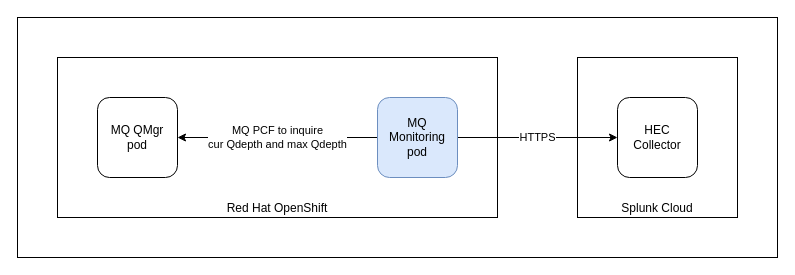
Before: images/mqmonitor.drawio in khongks/mqmonitor, a draw.io diagram. Source tidied: cells renumbered, new cells numbered last; positions are measured from the earlier drawing's top-left corner, leaving out a move shared by most shapes. Both pictures are drawn from the tidied source at 100%, with x=0, y=0 at pixel (17, 17).
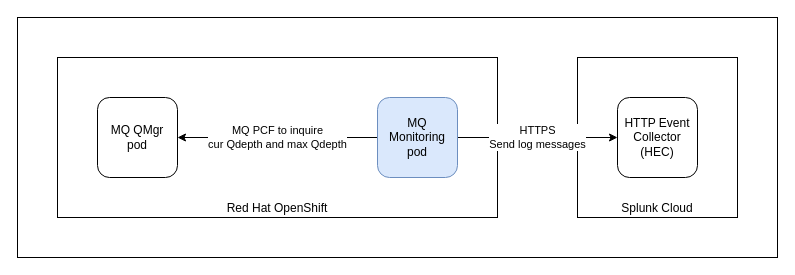
The same diagram, later.

Diff of the diagram source:
```diff
@@
 <mxGraphModel>
   <root>
     <mxCell id="0" />
     <mxCell id="1" parent="0" />
     <mxCell id="2" style="rounded=0;whiteSpace=wrap;html=1;" parent="1" vertex="1">
       <mxGeometry width="760" height="240" as="geometry" />
     </mxCell>
     <mxCell id="3" value="Splunk Cloud" style="rounded=0;whiteSpace=wrap;html=1;verticalAlign=bottom;" parent="1" vertex="1">
       <mxGeometry x="560" y="40" width="160" height="160" as="geometry" />
     </mxCell>
     <mxCell id="4" value="Red Hat OpenShift" style="rounded=0;whiteSpace=wrap;html=1;verticalAlign=bottom;" parent="1" vertex="1">
       <mxGeometry x="40" y="40" width="440" height="160" as="geometry" />
     </mxCell>
     <mxCell id="5" value="MQ QMgr&lt;br&gt;pod" style="rounded=1;whiteSpace=wrap;html=1;" parent="1" vertex="1">
       <mxGeometry x="80" y="80" width="80" height="80" as="geometry" />
     </mxCell>
     <mxCell id="6" value="MQ PCF to inquire&lt;br&gt;cur Qdepth and max Qdepth" style="edgeStyle=orthogonalEdgeStyle;rounded=0;jettySize=auto;html=1;entryX=1;entryY=0.5;entryDx=0;entryDy=0;" parent="1" edge="1" source="8" target="5">
       <mxGeometry relative="1" as="geometry" />
     </mxCell>
-    <mxCell id="7" value="HTTPS" style="edgeStyle=orthogonalEdgeStyle;rounded=0;jettySize=auto;html=1;entryX=0;entryY=0.5;entryDx=0;entryDy=0;" parent="1" edge="1" source="8" target="9">
+    <mxCell id="7" value="HTTPS&lt;br&gt;Send log messages" style="edgeStyle=orthogonalEdgeStyle;rounded=0;jettySize=auto;html=1;entryX=0;entryY=0.5;entryDx=0;entryDy=0;" parent="1" edge="1" source="8" target="9">
       <mxGeometry relative="1" as="geometry" />
     </mxCell>
     <mxCell id="8" value="MQ Monitoring pod" style="rounded=1;whiteSpace=wrap;html=1;fillColor=#dae8fc;strokeColor=#6c8ebf;" parent="1" vertex="1">
       <mxGeometry x="360" y="80" width="80" height="80" as="geometry" />
     </mxCell>
-    <mxCell id="9" value="HEC&lt;br&gt;Collector" style="rounded=1;whiteSpace=wrap;html=1;" parent="1" vertex="1">
+    <mxCell id="9" value="HTTP Event&lt;br&gt;Collector&lt;br&gt;(HEC)" style="rounded=1;whiteSpace=wrap;html=1;" parent="1" vertex="1">
       <mxGeometry x="600" y="80" width="80" height="80" as="geometry" />
     </mxCell>
   </root>
 </mxGraphModel>
```
